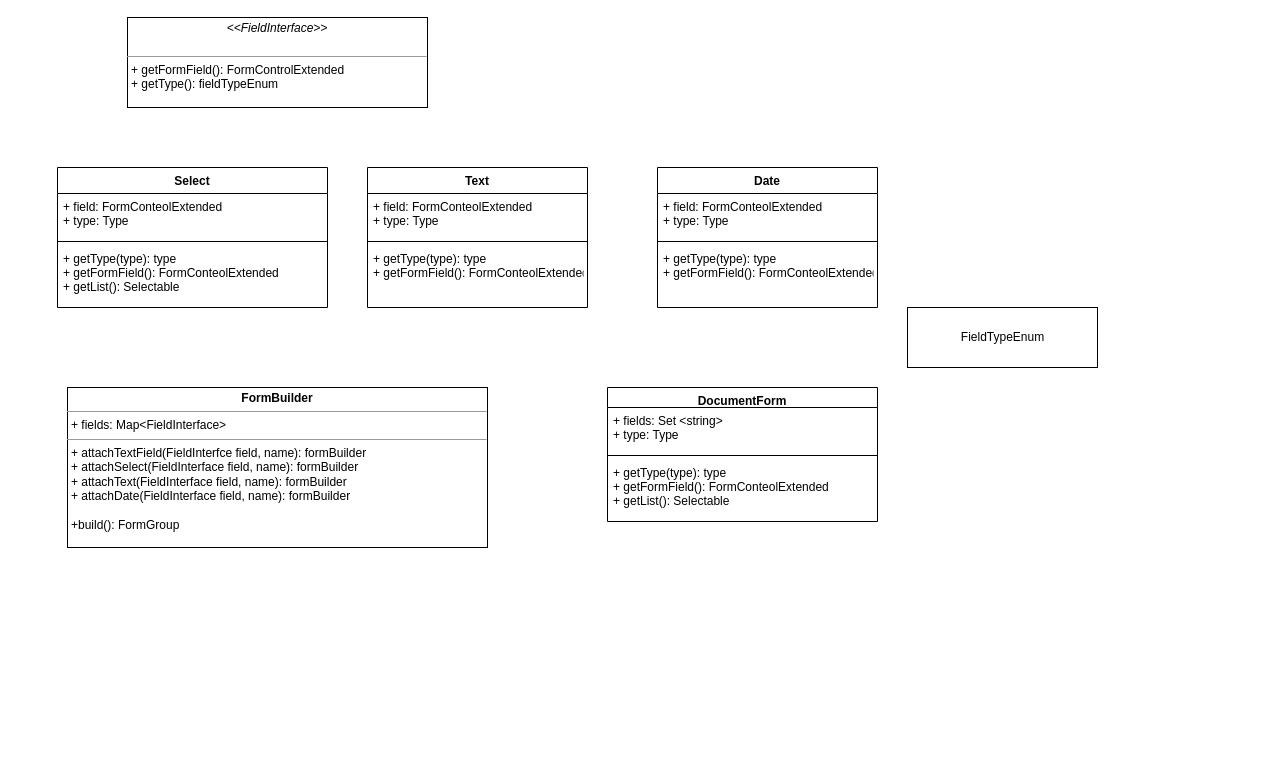
Before: personDocumentFormBuilder.drawio in grynchuk/diagrams, a draw.io diagram. Source tidied: cells renumbered, new cells numbered last; positions are measured from the earlier drawing's top-left corner, leaving out a move shared by most shapes. Both pictures are drawn from the tidied source at 100%, with x=0, y=0 at pixel (57, 17).
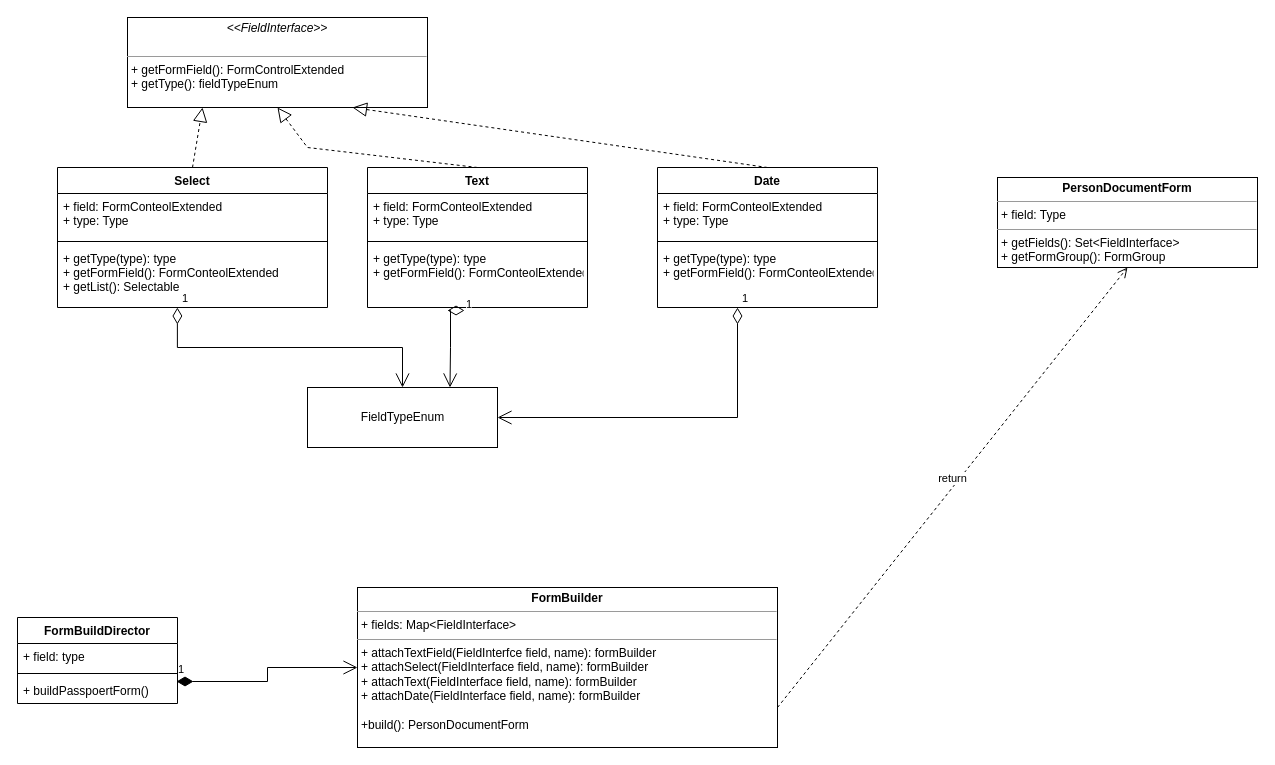
Above is the later version.

The change refers to these unchanged cells:
```xml
<mxCell id="2" value="&lt;p style=&quot;margin: 0px ; margin-top: 4px ; text-align: center&quot;&gt;&lt;i&gt;&amp;lt;&amp;lt;FieldInterface&amp;gt;&amp;gt;&lt;/i&gt;&lt;/p&gt;&lt;br&gt;&lt;hr size=&quot;1&quot;&gt;&lt;p style=&quot;margin: 0px ; margin-left: 4px&quot;&gt;+ getFormField(): FormControlExtended&lt;/p&gt;&lt;p style=&quot;margin: 0px ; margin-left: 4px&quot;&gt;+ getType(): fieldTypeEnum&lt;/p&gt;" style="verticalAlign=top;align=left;overflow=fill;fontSize=12;fontFamily=Helvetica;html=1;" parent="1" vertex="1">
  <mxGeometry x="70" width="300" height="90" as="geometry" />
</mxCell>
<mxCell id="5" value="Select" style="swimlane;fontStyle=1;align=center;verticalAlign=top;horizontal=1;startSize=26;" parent="1" vertex="1">
  <mxGeometry y="150" width="270" height="140" as="geometry" />
</mxCell>
<mxCell id="8" value="+ getType(type): type&#10;+ getFormField(): FormConteolExtended&#10;+ getList(): Selectable" style="text;strokeColor=none;fillColor=none;align=left;verticalAlign=top;spacingLeft=4;spacingRight=4;overflow=hidden;points=[[0,0.5],[1,0.5]];portConstraint=eastwest;" parent="5" vertex="1">
  <mxGeometry y="78" width="270" height="62" as="geometry" />
</mxCell>
<mxCell id="9" value="Text" style="swimlane;fontStyle=1;align=center;verticalAlign=top;horizontal=1;startSize=26;" parent="1" vertex="1">
  <mxGeometry x="310" y="150" width="220" height="140" as="geometry" />
</mxCell>
<mxCell id="12" value="+ getType(type): type&#10;+ getFormField(): FormConteolExtended" style="text;strokeColor=none;fillColor=none;align=left;verticalAlign=top;spacingLeft=4;spacingRight=4;overflow=hidden;points=[[0,0.5],[1,0.5]];portConstraint=eastwest;" parent="9" vertex="1">
  <mxGeometry y="78" width="220" height="62" as="geometry" />
</mxCell>
<mxCell id="13" value="Date" style="swimlane;fontStyle=1;align=center;verticalAlign=top;horizontal=1;startSize=26;" parent="1" vertex="1">
  <mxGeometry x="600" y="150" width="220" height="140" as="geometry" />
</mxCell>
<mxCell id="16" value="+ getType(type): type&#10;+ getFormField(): FormConteolExtended" style="text;strokeColor=none;fillColor=none;align=left;verticalAlign=top;spacingLeft=4;spacingRight=4;overflow=hidden;points=[[0,0.5],[1,0.5]];portConstraint=eastwest;" parent="13" vertex="1">
  <mxGeometry y="78" width="220" height="62" as="geometry" />
</mxCell>
```

The edit, as a diff of the source:
```diff
@@
     <mxCell id="3" value="FieldTypeEnum" style="html=1;" parent="1" vertex="1">
-      <mxGeometry x="850" y="290" width="190" height="60" as="geometry" />
+      <mxGeometry x="250" y="370" width="190" height="60" as="geometry" />
     </mxCell>
-    <mxCell id="4" value="&lt;p style=&quot;margin: 0px ; margin-top: 4px ; text-align: center&quot;&gt;&lt;b&gt;FormBuilder&lt;/b&gt;&lt;/p&gt;&lt;hr size=&quot;1&quot;&gt;&lt;p style=&quot;margin: 0px ; margin-left: 4px&quot;&gt;+ fields: Map&amp;lt;FieldInterface&amp;gt;&lt;/p&gt;&lt;hr size=&quot;1&quot;&gt;&lt;p style=&quot;margin: 0px ; margin-left: 4px&quot;&gt;+ attachTextField(FieldInterfce field, name&lt;span&gt;): formBuilder&lt;/span&gt;&lt;/p&gt;&lt;p style=&quot;margin: 0px ; margin-left: 4px&quot;&gt;+ attachSelect(FieldInterface field, name): formBuilder&lt;/p&gt;&lt;p style=&quot;margin: 0px ; margin-left: 4px&quot;&gt;+ attachText(FieldInterface field, name): formBuilder&lt;br&gt;&lt;/p&gt;&lt;p style=&quot;margin: 0px ; margin-left: 4px&quot;&gt;+ attachDate(FieldInterface field, name): formBuilder&lt;/p&gt;&lt;p style=&quot;margin: 0px ; margin-left: 4px&quot;&gt;&lt;br&gt;&lt;/p&gt;&lt;p style=&quot;margin: 0px ; margin-left: 4px&quot;&gt;+build(): FormGroup&lt;/p&gt;&lt;p style=&quot;margin: 0px ; margin-left: 4px&quot;&gt;&lt;br&gt;&lt;/p&gt;&lt;p style=&quot;margin: 0px ; margin-left: 4px&quot;&gt;&lt;br&gt;&lt;/p&gt;" style="verticalAlign=top;align=left;overflow=fill;fontSize=12;fontFamily=Helvetica;html=1;" parent="1" vertex="1">
-      <mxGeometry x="10" y="370" width="420" height="160" as="geometry" />
+    <mxCell id="4" value="&lt;p style=&quot;margin: 0px ; margin-top: 4px ; text-align: center&quot;&gt;&lt;b&gt;FormBuilder&lt;/b&gt;&lt;/p&gt;&lt;hr size=&quot;1&quot;&gt;&lt;p style=&quot;margin: 0px ; margin-left: 4px&quot;&gt;+ fields: Map&amp;lt;FieldInterface&amp;gt;&lt;/p&gt;&lt;hr size=&quot;1&quot;&gt;&lt;p style=&quot;margin: 0px ; margin-left: 4px&quot;&gt;+ attachTextField(FieldInterfce field, name&lt;span&gt;): formBuilder&lt;/span&gt;&lt;/p&gt;&lt;p style=&quot;margin: 0px ; margin-left: 4px&quot;&gt;+ attachSelect(FieldInterface field, name): formBuilder&lt;/p&gt;&lt;p style=&quot;margin: 0px ; margin-left: 4px&quot;&gt;+ attachText(FieldInterface field, name): formBuilder&lt;br&gt;&lt;/p&gt;&lt;p style=&quot;margin: 0px ; margin-left: 4px&quot;&gt;+ attachDate(FieldInterface field, name): formBuilder&lt;/p&gt;&lt;p style=&quot;margin: 0px ; margin-left: 4px&quot;&gt;&lt;br&gt;&lt;/p&gt;&lt;p style=&quot;margin: 0px ; margin-left: 4px&quot;&gt;+build(): PersonDocumentForm&lt;/p&gt;&lt;p style=&quot;margin: 0px ; margin-left: 4px&quot;&gt;&lt;br&gt;&lt;/p&gt;&lt;p style=&quot;margin: 0px ; margin-left: 4px&quot;&gt;&lt;br&gt;&lt;/p&gt;" style="verticalAlign=top;align=left;overflow=fill;fontSize=12;fontFamily=Helvetica;html=1;" parent="1" vertex="1">
+      <mxGeometry x="300" y="570" width="420" height="160" as="geometry" />
     </mxCell>
@@
-    <mxCell id="17" value="DocumentForm" style="swimlane;fontStyle=1;align=center;verticalAlign=top;horizontal=1;startSize=20;" parent="1" vertex="1">
-      <mxGeometry x="550" y="370" width="270" height="134" as="geometry" />
-    </mxCell>
-    <mxCell id="18" value="+ fields: Set &lt;string&gt;&#10;+ type: Type&#10;" style="text;strokeColor=none;fillColor=none;align=left;verticalAlign=top;spacingLeft=4;spacingRight=4;overflow=hidden;" parent="17" vertex="1">
-      <mxGeometry y="20" width="270" height="44" as="geometry" />
-    </mxCell>
-    <mxCell id="19" style="line;strokeWidth=1;fillColor=none;align=left;verticalAlign=middle;spacingTop=-1;spacingLeft=3;spacingRight=3;labelPosition=right;" parent="17" vertex="1">
-      <mxGeometry y="64" width="270" height="8" as="geometry" />
-    </mxCell>
-    <mxCell id="20" value="+ getType(type): type&#10;+ getFormField(): FormConteolExtended&#10;+ getList(): Selectable" style="text;strokeColor=none;fillColor=none;align=left;verticalAlign=top;spacingLeft=4;spacingRight=4;overflow=hidden;" parent="17" vertex="1">
-      <mxGeometry y="72" width="270" height="62" as="geometry" />
-    </mxCell>
+    <mxCell id="21" value="1" style="endArrow=open;html=1;endSize=12;startArrow=diamondThin;startSize=14;startFill=0;edgeStyle=orthogonalEdgeStyle;align=left;verticalAlign=bottom;rounded=0;entryX=0.5;entryY=0;entryDx=0;entryDy=0;exitX=0.444;exitY=1;exitDx=0;exitDy=0;exitPerimeter=0;" parent="1" edge="1" source="8" target="3">
+      <mxGeometry x="-1" y="3" relative="1" as="geometry" />
+    </mxCell>
+    <mxCell id="22" value="1" style="endArrow=open;html=1;endSize=12;startArrow=diamondThin;startSize=14;startFill=0;edgeStyle=orthogonalEdgeStyle;align=left;verticalAlign=bottom;rounded=0;exitX=0.441;exitY=1.048;exitDx=0;exitDy=0;exitPerimeter=0;entryX=0.75;entryY=0;entryDx=0;entryDy=0;" parent="1" edge="1" source="12" target="3">
+      <mxGeometry x="-1" y="3" relative="1" as="geometry">
+        <Array as="points">
+          <mxPoint x="393" y="293" />
+          <mxPoint x="393" y="330" />
+        </Array>
+      </mxGeometry>
+    </mxCell>
+    <mxCell id="23" value="1" style="endArrow=open;html=1;endSize=12;startArrow=diamondThin;startSize=14;startFill=0;edgeStyle=orthogonalEdgeStyle;align=left;verticalAlign=bottom;rounded=0;entryX=1;entryY=0.5;entryDx=0;entryDy=0;" parent="1" edge="1" source="16" target="3">
+      <mxGeometry x="-1" y="3" relative="1" as="geometry">
+        <Array as="points">
+          <mxPoint x="680" y="400" />
+        </Array>
+      </mxGeometry>
+    </mxCell>
+    <mxCell id="24" value="FormBuildDirector" style="swimlane;fontStyle=1;align=center;verticalAlign=top;horizontal=1;startSize=26;" parent="1" vertex="1">
+      <mxGeometry x="-40" y="600" width="160" height="86" as="geometry" />
+    </mxCell>
+    <mxCell id="25" value="+ field: type" style="text;strokeColor=none;fillColor=none;align=left;verticalAlign=top;spacingLeft=4;spacingRight=4;overflow=hidden;" parent="24" vertex="1">
+      <mxGeometry y="26" width="160" height="26" as="geometry" />
+    </mxCell>
+    <mxCell id="26" style="line;strokeWidth=1;fillColor=none;align=left;verticalAlign=middle;spacingTop=-1;spacingLeft=3;spacingRight=3;labelPosition=right;" parent="24" vertex="1">
+      <mxGeometry y="52" width="160" height="8" as="geometry" />
+    </mxCell>
+    <mxCell id="27" value="+ buildPasspoertForm()" style="text;strokeColor=none;fillColor=none;align=left;verticalAlign=top;spacingLeft=4;spacingRight=4;overflow=hidden;points=[[0,0.5],[1,0.5]];portConstraint=eastwest;" parent="24" vertex="1">
+      <mxGeometry y="60" width="160" height="26" as="geometry" />
+    </mxCell>
+    <mxCell id="28" value="&lt;p style=&quot;margin: 0px ; margin-top: 4px ; text-align: center&quot;&gt;&lt;b&gt;PersonDocumentForm&lt;/b&gt;&lt;/p&gt;&lt;hr size=&quot;1&quot;&gt;&lt;p style=&quot;margin: 0px ; margin-left: 4px&quot;&gt;+ field: Type&lt;/p&gt;&lt;hr size=&quot;1&quot;&gt;&lt;p style=&quot;margin: 0px ; margin-left: 4px&quot;&gt;+ getFields(): Set&amp;lt;FieldInterface&amp;gt;&lt;/p&gt;&lt;p style=&quot;margin: 0px ; margin-left: 4px&quot;&gt;+ getFormGroup(): FormGroup&lt;/p&gt;" style="verticalAlign=top;align=left;overflow=fill;fontSize=12;fontFamily=Helvetica;html=1;" parent="1" vertex="1">
+      <mxGeometry x="940" y="160" width="260" height="90" as="geometry" />
+    </mxCell>
+    <mxCell id="29" value="return" style="html=1;verticalAlign=bottom;endArrow=open;dashed=1;endSize=8;rounded=0;exitX=1;exitY=0.75;exitDx=0;exitDy=0;entryX=0.5;entryY=1;entryDx=0;entryDy=0;" parent="1" edge="1" source="4" target="28">
+      <mxGeometry relative="1" as="geometry" />
+    </mxCell>
+    <mxCell id="30" value="1" style="endArrow=open;html=1;endSize=12;startArrow=diamondThin;startSize=14;startFill=1;edgeStyle=orthogonalEdgeStyle;align=left;verticalAlign=bottom;rounded=0;entryX=0;entryY=0.5;entryDx=0;entryDy=0;exitX=0.994;exitY=0.154;exitDx=0;exitDy=0;exitPerimeter=0;" parent="1" edge="1" source="27" target="4">
+      <mxGeometry x="-1" y="3" relative="1" as="geometry" />
+    </mxCell>
+    <mxCell id="31" style="endArrow=block;dashed=1;endFill=0;endSize=12;html=1;rounded=0;entryX=0.25;entryY=1;entryDx=0;entryDy=0;exitX=0.5;exitY=0;exitDx=0;exitDy=0;" parent="1" edge="1" source="5" target="2">
+      <mxGeometry relative="1" as="geometry" />
+    </mxCell>
+    <mxCell id="32" style="endArrow=block;dashed=1;endFill=0;endSize=12;html=1;rounded=0;entryX=0.5;entryY=1;entryDx=0;entryDy=0;exitX=0.5;exitY=0;exitDx=0;exitDy=0;" parent="1" edge="1" source="9" target="2">
+      <mxGeometry relative="1" as="geometry">
+        <Array as="points">
+          <mxPoint x="250" y="130" />
+        </Array>
+      </mxGeometry>
+    </mxCell>
+    <mxCell id="33" style="endArrow=block;dashed=1;endFill=0;endSize=12;html=1;rounded=0;entryX=0.75;entryY=1;entryDx=0;entryDy=0;exitX=0.5;exitY=0;exitDx=0;exitDy=0;" parent="1" edge="1" source="13" target="2">
+      <mxGeometry relative="1" as="geometry" />
+    </mxCell>
```
